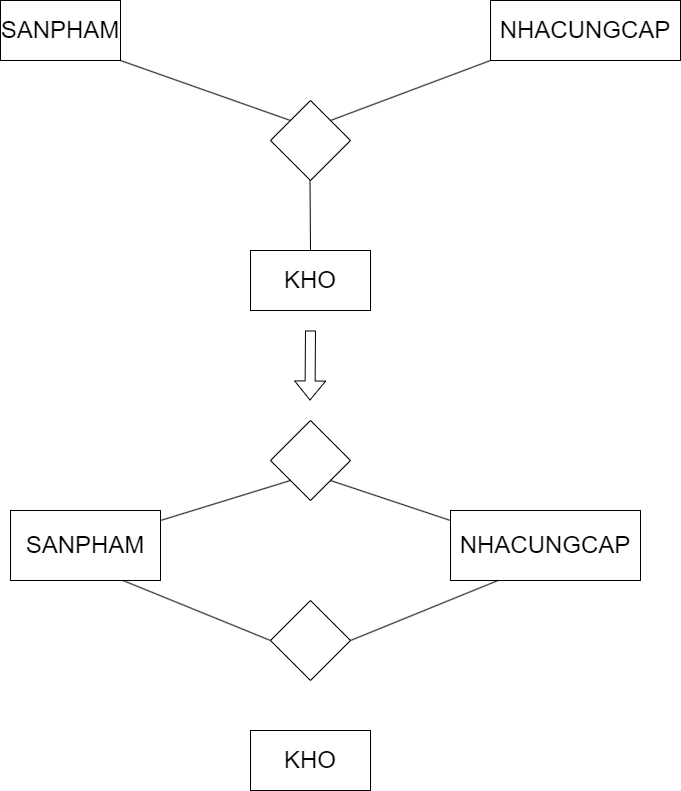
Above: Chương 3 QT2(Mô hình hóa).png in datnham0212/learning (draw.io), before the change. Source tidied: cells renumbered, new cells last; positions are measured from the earlier drawing's top-left corner, leaving out a move shared by most shapes.
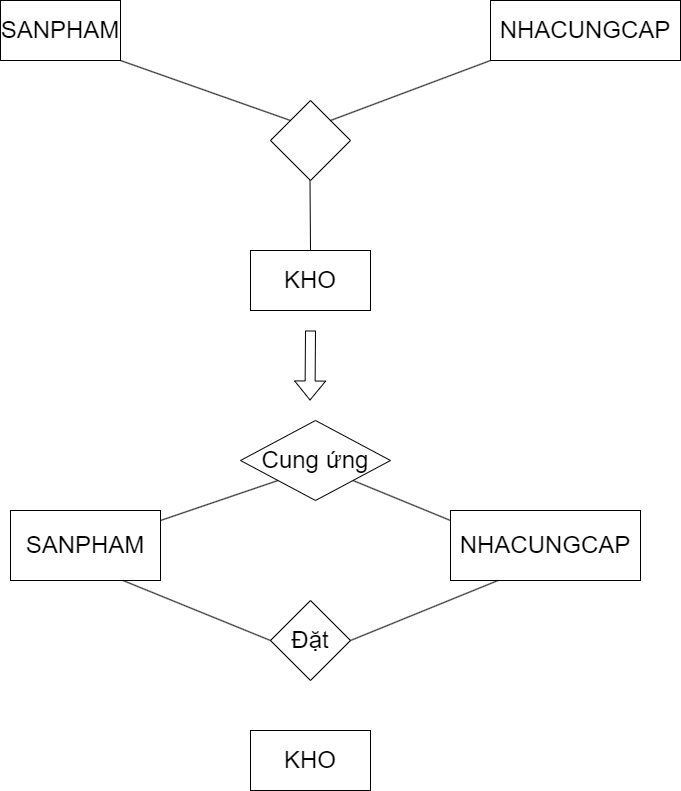
The same file after the commit.

Change to the diagram source:
```diff
@@ -39,19 +39,18 @@
     <mxCell id="11" value="NHACUNGCAP" style="rounded=0;whiteSpace=wrap;html=1;fontSize=24;" parent="1" vertex="1">
       <mxGeometry x="450" y="510" width="190" height="70" as="geometry" />
     </mxCell>
-    <mxCell id="12" style="rhombus;whiteSpace=wrap;html=1;fontSize=24;" parent="1" vertex="1">
-      <mxGeometry x="270" y="420" width="80" height="80" as="geometry" />
+    <mxCell id="12" value="Cung ứng" style="rhombus;whiteSpace=wrap;html=1;fontSize=24;" parent="1" vertex="1">
+      <mxGeometry x="240" y="420" width="150" height="80" as="geometry" />
     </mxCell>
-    <mxCell id="13" style="rhombus;whiteSpace=wrap;html=1;fontSize=24;" parent="1" vertex="1">
+    <mxCell id="13" value="Đặt" style="rhombus;whiteSpace=wrap;html=1;fontSize=24;" parent="1" vertex="1">
       <mxGeometry x="270" y="600" width="80" height="80" as="geometry" />
     </mxCell>
     <mxCell id="14" value="KHO" style="rounded=0;whiteSpace=wrap;html=1;fontSize=24;" parent="1" vertex="1">
       <mxGeometry x="250" y="730" width="120" height="60" as="geometry" />
     </mxCell>
-    <mxCell id="15" style="endArrow=none;html=1;rounded=0;fontSize=24;entryX=1;entryY=1;entryDx=0;entryDy=0;" parent="1" edge="1">
+    <mxCell id="15" style="endArrow=none;html=1;rounded=0;fontSize=24;entryX=1;entryY=1;entryDx=0;entryDy=0;" parent="1" edge="1" target="12">
       <mxGeometry relative="1" as="geometry">
         <mxPoint x="450" y="520" as="sourcePoint" />
-        <mxPoint x="330" y="480" as="targetPoint" />
       </mxGeometry>
     </mxCell>
     <mxCell id="16" style="endArrow=none;html=1;rounded=0;fontSize=24;entryX=0.75;entryY=1;entryDx=0;entryDy=0;exitX=0;exitY=0.5;exitDx=0;exitDy=0;" parent="1" edge="1" source="13" target="10">
```
